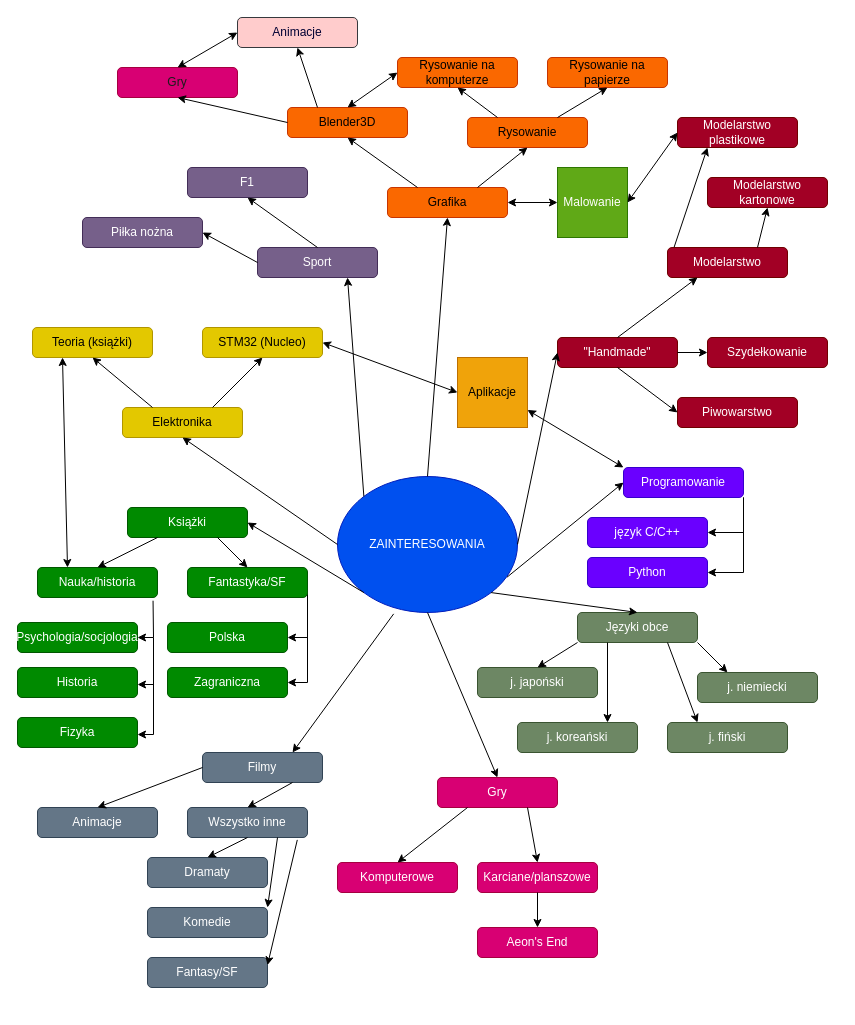
Above: Diagram bez tytułu.drawio in Dexmo-7/myWarmingUp (draw.io), before the change. Source tidied: cells renumbered, new cells numbered last; positions are measured from the earlier drawing's top-left corner, leaving out a move shared by most shapes. Both pictures are drawn from the tidied source at 100%, with x=0, y=0 at pixel (17, 17).
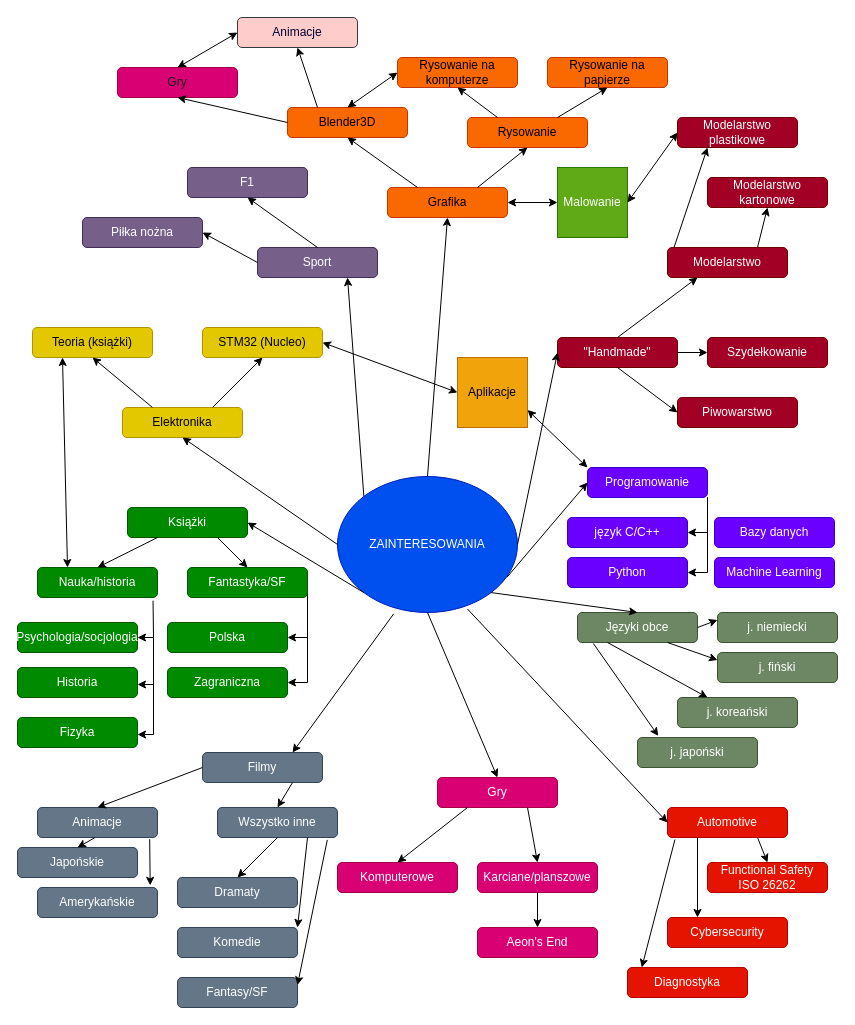
The same diagram, later.

Unchanged cells that the change refers to:
```xml
<mxCell id="6" value="ZAINTERESOWANIA" style="ellipse;whiteSpace=wrap;html=1;fillColor=#0050ef;strokeColor=#001DBC;fontColor=#ffffff;" parent="1" vertex="1">
  <mxGeometry x="320" y="459" width="180" height="136" as="geometry" />
</mxCell>
<mxCell id="49" value="Języki obce" style="rounded=1;whiteSpace=wrap;html=1;fillColor=#6d8764;fontColor=#ffffff;strokeColor=#3A5431;" parent="1" vertex="1">
  <mxGeometry x="560" y="595" width="120" height="30" as="geometry" />
</mxCell>
<mxCell id="89" value="Animacje" style="rounded=1;whiteSpace=wrap;html=1;fillColor=#647687;fontColor=#ffffff;strokeColor=#314354;" parent="1" vertex="1">
  <mxGeometry x="20" y="790" width="120" height="30" as="geometry" />
</mxCell>
```

Diff of the diagram source:
```diff
@@
     <mxCell id="51" value="j. japoński" style="rounded=1;whiteSpace=wrap;html=1;fillColor=#6d8764;fontColor=#ffffff;strokeColor=#3A5431;" parent="1" vertex="1">
-      <mxGeometry x="460" y="650" width="120" height="30" as="geometry" />
+      <mxGeometry x="620" y="720" width="120" height="30" as="geometry" />
     </mxCell>
     <mxCell id="52" value="j. niemiecki" style="rounded=1;whiteSpace=wrap;html=1;fillColor=#6d8764;fontColor=#ffffff;strokeColor=#3A5431;" parent="1" vertex="1">
-      <mxGeometry x="680" y="655" width="120" height="30" as="geometry" />
+      <mxGeometry x="700" y="595" width="120" height="30" as="geometry" />
     </mxCell>
     <mxCell id="53" value="j. koreański" style="rounded=1;whiteSpace=wrap;html=1;fillColor=#6d8764;fontColor=#ffffff;strokeColor=#3A5431;" parent="1" vertex="1">
-      <mxGeometry x="500" y="705" width="120" height="30" as="geometry" />
+      <mxGeometry x="660" y="680" width="120" height="30" as="geometry" />
     </mxCell>
     <mxCell id="54" value="j. fiński" style="rounded=1;whiteSpace=wrap;html=1;fillColor=#6d8764;fontColor=#ffffff;strokeColor=#3A5431;" parent="1" vertex="1">
-      <mxGeometry x="650" y="705" width="120" height="30" as="geometry" />
+      <mxGeometry x="700" y="635" width="120" height="30" as="geometry" />
     </mxCell>
-    <mxCell id="55" style="endArrow=classic;html=1;rounded=0;entryX=0.5;entryY=0;entryDx=0;entryDy=0;exitX=0;exitY=1;exitDx=0;exitDy=0;" parent="1" edge="1" source="49" target="51">
+    <mxCell id="55" style="endArrow=classic;html=1;rounded=0;entryX=0.173;entryY=-0.053;entryDx=0;entryDy=0;exitX=0.132;exitY=1.032;exitDx=0;exitDy=0;exitPerimeter=0;entryPerimeter=0;" parent="1" edge="1" source="49" target="51">
       <mxGeometry relative="1" as="geometry" />
     </mxCell>
-    <mxCell id="56" style="endArrow=classic;html=1;rounded=0;entryX=0.75;entryY=0;entryDx=0;entryDy=0;exitX=0.25;exitY=1;exitDx=0;exitDy=0;" parent="1" edge="1" source="49" target="53">
+    <mxCell id="56" style="endArrow=classic;html=1;rounded=0;entryX=0.25;entryY=0;entryDx=0;entryDy=0;exitX=0.25;exitY=1;exitDx=0;exitDy=0;" parent="1" edge="1" source="49" target="53">
       <mxGeometry relative="1" as="geometry" />
     </mxCell>
-    <mxCell id="57" style="endArrow=classic;html=1;rounded=0;entryX=0.25;entryY=0;entryDx=0;entryDy=0;exitX=0.75;exitY=1;exitDx=0;exitDy=0;" parent="1" edge="1" source="49" target="54">
+    <mxCell id="57" style="endArrow=classic;html=1;rounded=0;entryX=0;entryY=0.25;entryDx=0;entryDy=0;exitX=0.75;exitY=1;exitDx=0;exitDy=0;" parent="1" edge="1" source="49" target="54">
       <mxGeometry relative="1" as="geometry" />
     </mxCell>
-    <mxCell id="58" style="endArrow=classic;html=1;rounded=0;entryX=0.25;entryY=0;entryDx=0;entryDy=0;exitX=1;exitY=1;exitDx=0;exitDy=0;" parent="1" edge="1" source="49" target="52">
+    <mxCell id="58" style="endArrow=classic;html=1;rounded=0;entryX=0;entryY=0.25;entryDx=0;entryDy=0;exitX=1;exitY=0.5;exitDx=0;exitDy=0;" parent="1" edge="1" source="49" target="52">
       <mxGeometry relative="1" as="geometry" />
     </mxCell>
@@
     <mxCell id="67" value="Programowanie" style="rounded=1;whiteSpace=wrap;html=1;fillColor=#6a00ff;strokeColor=#3700CC;fontColor=#ffffff;" parent="1" vertex="1">
-      <mxGeometry x="606" y="450" width="120" height="30" as="geometry" />
+      <mxGeometry x="570" y="450" width="120" height="30" as="geometry" />
     </mxCell>
@@
     <mxCell id="69" value="język C/C++" style="rounded=1;whiteSpace=wrap;html=1;fillColor=#6a00ff;strokeColor=#3700CC;fontColor=#ffffff;" parent="1" vertex="1">
-      <mxGeometry x="570" y="500" width="120" height="30" as="geometry" />
+      <mxGeometry x="550" y="500" width="120" height="30" as="geometry" />
     </mxCell>
     <mxCell id="70" value="Python" style="rounded=1;whiteSpace=wrap;html=1;fillColor=#6a00ff;strokeColor=#3700CC;fontColor=#ffffff;" parent="1" vertex="1">
-      <mxGeometry x="570" y="540" width="120" height="30" as="geometry" />
+      <mxGeometry x="550" y="540" width="120" height="30" as="geometry" />
     </mxCell>
     <mxCell id="71" style="endArrow=classic;html=1;rounded=0;exitX=1;exitY=1;exitDx=0;exitDy=0;entryX=1;entryY=0.5;entryDx=0;entryDy=0;" parent="1" edge="1" source="67" target="69">
       <mxGeometry relative="1" as="geometry">
         <Array as="points">
-          <mxPoint x="726" y="515" />
+          <mxPoint x="690" y="515" />
         </Array>
       </mxGeometry>
     </mxCell>
     <mxCell id="72" style="endArrow=classic;html=1;rounded=0;entryX=1;entryY=0.5;entryDx=0;entryDy=0;exitX=1;exitY=1;exitDx=0;exitDy=0;" parent="1" edge="1" source="67" target="70">
       <mxGeometry relative="1" as="geometry">
         <Array as="points">
-          <mxPoint x="726" y="555" />
+          <mxPoint x="690" y="555" />
         </Array>
       </mxGeometry>
     </mxCell>
@@
     <mxCell id="90" value="Wszystko inne" style="rounded=1;whiteSpace=wrap;html=1;fillColor=#647687;fontColor=#ffffff;strokeColor=#314354;" parent="1" vertex="1">
-      <mxGeometry x="170" y="790" width="120" height="30" as="geometry" />
+      <mxGeometry x="200" y="790" width="120" height="30" as="geometry" />
     </mxCell>
@@
     <mxCell id="94" value="Dramaty" style="rounded=1;whiteSpace=wrap;html=1;fillColor=#647687;fontColor=#ffffff;strokeColor=#314354;" parent="1" vertex="1">
-      <mxGeometry x="130" y="840" width="120" height="30" as="geometry" />
+      <mxGeometry x="160" y="860" width="120" height="30" as="geometry" />
     </mxCell>
     <mxCell id="95" value="Komedie" style="rounded=1;whiteSpace=wrap;html=1;fillColor=#647687;fontColor=#ffffff;strokeColor=#314354;" parent="1" vertex="1">
-      <mxGeometry x="130" y="890" width="120" height="30" as="geometry" />
+      <mxGeometry x="160" y="910" width="120" height="30" as="geometry" />
     </mxCell>
     <mxCell id="96" value="Fantasy/SF" style="rounded=1;whiteSpace=wrap;html=1;fillColor=#647687;fontColor=#ffffff;strokeColor=#314354;" parent="1" vertex="1">
-      <mxGeometry x="130" y="940" width="120" height="30" as="geometry" />
+      <mxGeometry x="160" y="960" width="120" height="30" as="geometry" />
     </mxCell>
@@
+    <mxCell id="103" value="Japońskie" style="rounded=1;whiteSpace=wrap;html=1;fillColor=#647687;fontColor=#ffffff;strokeColor=#314354;" parent="1" vertex="1">
+      <mxGeometry y="830" width="120" height="30" as="geometry" />
+    </mxCell>
+    <mxCell id="104" value="Amerykańskie" style="rounded=1;whiteSpace=wrap;html=1;fillColor=#647687;fontColor=#ffffff;strokeColor=#314354;" parent="1" vertex="1">
+      <mxGeometry x="20" y="870" width="120" height="30" as="geometry" />
+    </mxCell>
+    <mxCell id="105" style="endArrow=classic;html=1;rounded=0;exitX=0.477;exitY=1.008;exitDx=0;exitDy=0;entryX=0.5;entryY=0;entryDx=0;entryDy=0;exitPerimeter=0;" parent="1" edge="1" source="89" target="103">
+      <mxGeometry relative="1" as="geometry" />
+    </mxCell>
+    <mxCell id="106" style="endArrow=classic;html=1;rounded=0;exitX=0.935;exitY=1.055;exitDx=0;exitDy=0;entryX=0.939;entryY=-0.072;entryDx=0;entryDy=0;exitPerimeter=0;entryPerimeter=0;" parent="1" edge="1" source="89" target="104">
+      <mxGeometry relative="1" as="geometry" />
+    </mxCell>
+    <mxCell id="107" value="Bazy danych" style="rounded=1;whiteSpace=wrap;html=1;fillColor=#6a00ff;strokeColor=#3700CC;fontColor=#ffffff;" parent="1" vertex="1">
+      <mxGeometry x="697" y="500" width="120" height="30" as="geometry" />
+    </mxCell>
+    <mxCell id="108" value="Machine Learning" style="rounded=1;whiteSpace=wrap;html=1;fillColor=#6a00ff;strokeColor=#3700CC;fontColor=#ffffff;" parent="1" vertex="1">
+      <mxGeometry x="697" y="540" width="120" height="30" as="geometry" />
+    </mxCell>
+    <mxCell id="109" value="Automotive" style="rounded=1;whiteSpace=wrap;html=1;fillColor=#e51400;fontColor=#ffffff;strokeColor=#B20000;" parent="1" vertex="1">
+      <mxGeometry x="650" y="790" width="120" height="30" as="geometry" />
+    </mxCell>
+    <mxCell id="110" value="Functional Safety&lt;br&gt;ISO 26262" style="rounded=1;whiteSpace=wrap;html=1;fillColor=#e51400;fontColor=#ffffff;strokeColor=#B20000;" parent="1" vertex="1">
+      <mxGeometry x="690" y="845" width="120" height="30" as="geometry" />
+    </mxCell>
+    <mxCell id="111" value="Cybersecurity" style="rounded=1;whiteSpace=wrap;html=1;fillColor=#e51400;fontColor=#ffffff;strokeColor=#B20000;" parent="1" vertex="1">
+      <mxGeometry x="650" y="900" width="120" height="30" as="geometry" />
+    </mxCell>
+    <mxCell id="112" value="Diagnostyka" style="rounded=1;whiteSpace=wrap;html=1;fillColor=#e51400;fontColor=#ffffff;strokeColor=#B20000;" parent="1" vertex="1">
+      <mxGeometry x="610" y="950" width="120" height="30" as="geometry" />
+    </mxCell>
+    <mxCell id="113" style="endArrow=classic;html=1;rounded=0;entryX=0.5;entryY=0;entryDx=0;entryDy=0;exitX=0.75;exitY=1;exitDx=0;exitDy=0;" parent="1" edge="1" source="109" target="110">
+      <mxGeometry relative="1" as="geometry" />
+    </mxCell>
+    <mxCell id="114" style="endArrow=classic;html=1;rounded=0;entryX=0.25;entryY=0;entryDx=0;entryDy=0;exitX=0.25;exitY=1;exitDx=0;exitDy=0;" parent="1" edge="1" source="109" target="111">
+      <mxGeometry relative="1" as="geometry" />
+    </mxCell>
+    <mxCell id="115" style="endArrow=classic;html=1;rounded=0;exitX=0.062;exitY=1.067;exitDx=0;exitDy=0;exitPerimeter=0;entryX=0.119;entryY=0;entryDx=0;entryDy=0;entryPerimeter=0;" parent="1" edge="1" source="109" target="112">
+      <mxGeometry relative="1" as="geometry" />
+    </mxCell>
+    <mxCell id="116" style="endArrow=classic;html=1;rounded=0;entryX=0;entryY=0.5;entryDx=0;entryDy=0;exitX=0.722;exitY=0.974;exitDx=0;exitDy=0;exitPerimeter=0;" parent="1" edge="1" source="6" target="109">
+      <mxGeometry relative="1" as="geometry" />
+    </mxCell>
```
